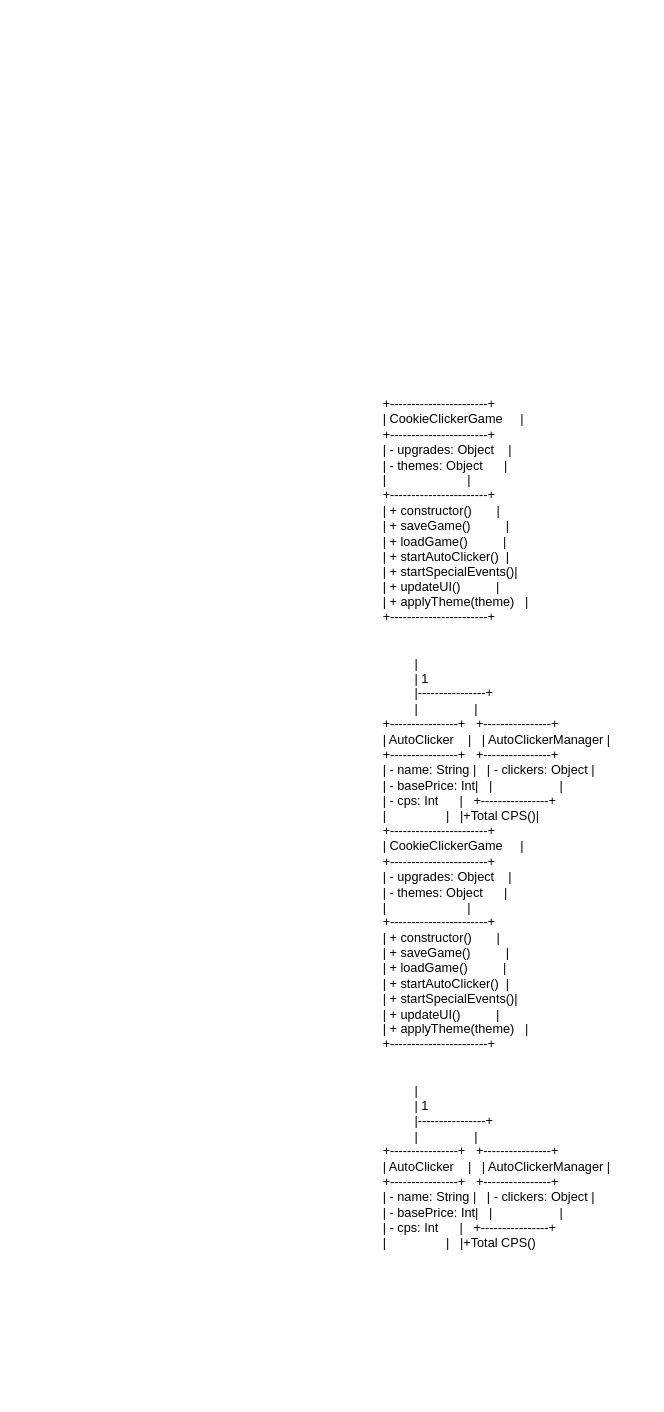
Earlier version of the draw.io diagram documentatie/class diagram.drawio (NathanCj265/Cookie-2). Source tidied: cells renumbered, new cells numbered last; positions are measured from the earlier drawing's top-left corner, leaving out a move shared by most shapes. Both pictures are drawn from the tidied source at 106%, with x=0, y=0 at pixel (381, 389).
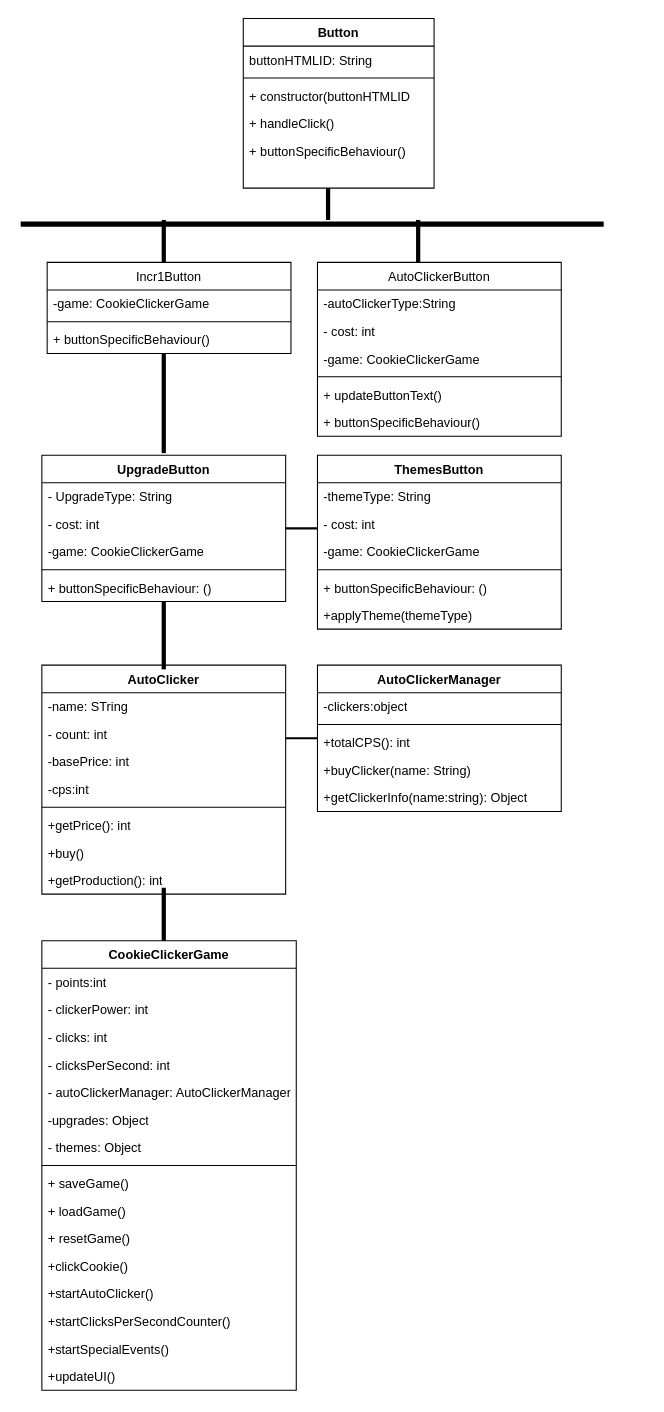
The same diagram, later.

What changed in the source:
```diff
@@
-    <mxCell id="2" value="+-----------------------+&#10;| CookieClickerGame     |&#10;+-----------------------+&#10;| - upgrades: Object    |&#10;| - themes: Object      |&#10;|                       |&#10;+-----------------------+&#10;| + constructor()       |&#10;| + saveGame()          |&#10;| + loadGame()          |&#10;| + startAutoClicker()  |&#10;| + startSpecialEvents()|&#10;| + updateUI()          |&#10;| + applyTheme(theme)   |&#10;+-----------------------+&#10;&#10;&#10;         |&#10;         | 1&#10;         |----------------+&#10;         |                |&#10;+----------------+   +----------------+&#10;| AutoClicker    |   | AutoClickerManager |&#10;+----------------+   +----------------+&#10;| - name: String |   | - clickers: Object |&#10;| - basePrice: Int|   |                   |&#10;| - cps: Int      |   +----------------+&#10;|                 |   |+Total CPS()|&#10;+-----------------------+&#10;| CookieClickerGame     |&#10;+-----------------------+&#10;| - upgrades: Object    |&#10;| - themes: Object      |&#10;|                       |&#10;+-----------------------+&#10;| + constructor()       |&#10;| + saveGame()          |&#10;| + loadGame()          |&#10;| + startAutoClicker()  |&#10;| + startSpecialEvents()|&#10;| + updateUI()          |&#10;| + applyTheme(theme)   |&#10;+-----------------------+&#10;&#10;&#10;         |&#10;         | 1&#10;         |----------------+&#10;         |                |&#10;+----------------+   +----------------+&#10;| AutoClicker    |   | AutoClickerManager |&#10;+----------------+   +----------------+&#10;| - name: String |   | - clickers: Object |&#10;| - basePrice: Int|   |                   |&#10;| - cps: Int      |   +----------------+&#10;|                 |   |+Total CPS()" style="text;whiteSpace=wrap;" parent="1" vertex="1">
-      <mxGeometry width="250" height="830" as="geometry" />
-    </mxCell>
+    <mxCell id="3" value="Button" style="swimlane;fontStyle=1;align=center;verticalAlign=top;horizontal=1;startSize=26;whiteSpace=wrap;html=1;" parent="1" vertex="1">
+      <mxGeometry x="-130" y="-350" width="180" height="160" as="geometry" />
+    </mxCell>
+    <mxCell id="4" value="buttonHTMLID: String" style="text;strokeColor=none;fillColor=none;align=left;verticalAlign=top;spacingLeft=4;spacingRight=4;overflow=hidden;whiteSpace=wrap;html=1;" parent="3" vertex="1">
+      <mxGeometry y="26" width="180" height="26" as="geometry" />
+    </mxCell>
+    <mxCell id="5" style="line;strokeWidth=1;fillColor=none;align=left;verticalAlign=middle;spacingTop=-1;spacingLeft=3;spacingRight=3;labelPosition=right;strokeColor=inherit;" parent="3" vertex="1">
+      <mxGeometry y="52" width="180" height="8" as="geometry" />
+    </mxCell>
+    <mxCell id="6" value="+ constructor(buttonHTMLID" style="text;strokeColor=none;fillColor=none;align=left;verticalAlign=top;spacingLeft=4;spacingRight=4;overflow=hidden;whiteSpace=wrap;html=1;" parent="3" vertex="1">
+      <mxGeometry y="60" width="180" height="26" as="geometry" />
+    </mxCell>
+    <mxCell id="7" value="+ handleClick()" style="text;strokeColor=none;fillColor=none;align=left;verticalAlign=top;spacingLeft=4;spacingRight=4;overflow=hidden;whiteSpace=wrap;html=1;" parent="3" vertex="1">
+      <mxGeometry y="86" width="180" height="26" as="geometry" />
+    </mxCell>
+    <mxCell id="8" value="+ buttonSpecificBehaviour()" style="text;strokeColor=none;fillColor=none;align=left;verticalAlign=top;spacingLeft=4;spacingRight=4;overflow=hidden;whiteSpace=wrap;html=1;" parent="3" vertex="1">
+      <mxGeometry y="112" width="180" height="48" as="geometry" />
+    </mxCell>
+    <mxCell id="9" value="UpgradeButton" style="swimlane;fontStyle=1;align=center;verticalAlign=top;horizontal=1;startSize=26;whiteSpace=wrap;html=1;" parent="1" vertex="1">
+      <mxGeometry x="-320" y="62" width="230" height="138" as="geometry" />
+    </mxCell>
+    <mxCell id="10" value="- UpgradeType: String" style="text;strokeColor=none;fillColor=none;align=left;verticalAlign=top;spacingLeft=4;spacingRight=4;overflow=hidden;whiteSpace=wrap;html=1;" parent="9" vertex="1">
+      <mxGeometry y="26" width="230" height="26" as="geometry" />
+    </mxCell>
+    <mxCell id="11" value="- cost: int" style="text;strokeColor=none;fillColor=none;align=left;verticalAlign=top;spacingLeft=4;spacingRight=4;overflow=hidden;whiteSpace=wrap;html=1;" parent="9" vertex="1">
+      <mxGeometry y="52" width="230" height="26" as="geometry" />
+    </mxCell>
+    <mxCell id="12" value="-game: CookieClickerGame" style="text;strokeColor=none;fillColor=none;align=left;verticalAlign=top;spacingLeft=4;spacingRight=4;overflow=hidden;whiteSpace=wrap;html=1;" parent="9" vertex="1">
+      <mxGeometry y="78" width="230" height="26" as="geometry" />
+    </mxCell>
+    <mxCell id="13" style="line;strokeWidth=1;fillColor=none;align=left;verticalAlign=middle;spacingTop=-1;spacingLeft=3;spacingRight=3;labelPosition=right;strokeColor=inherit;" parent="9" vertex="1">
+      <mxGeometry y="104" width="230" height="8" as="geometry" />
+    </mxCell>
+    <mxCell id="14" value="+ buttonSpecificBehaviour: ()" style="text;strokeColor=none;fillColor=none;align=left;verticalAlign=top;spacingLeft=4;spacingRight=4;overflow=hidden;whiteSpace=wrap;html=1;" parent="9" vertex="1">
+      <mxGeometry y="112" width="230" height="26" as="geometry" />
+    </mxCell>
+    <mxCell id="15" value="ThemesButton" style="swimlane;fontStyle=1;align=center;verticalAlign=top;horizontal=1;startSize=26;whiteSpace=wrap;html=1;" parent="1" vertex="1">
+      <mxGeometry x="-60" y="62" width="230" height="164" as="geometry" />
+    </mxCell>
+    <mxCell id="16" value="-themeType: String" style="text;strokeColor=none;fillColor=none;align=left;verticalAlign=top;spacingLeft=4;spacingRight=4;overflow=hidden;whiteSpace=wrap;html=1;" parent="15" vertex="1">
+      <mxGeometry y="26" width="230" height="26" as="geometry" />
+    </mxCell>
+    <mxCell id="17" value="- cost: int" style="text;strokeColor=none;fillColor=none;align=left;verticalAlign=top;spacingLeft=4;spacingRight=4;overflow=hidden;whiteSpace=wrap;html=1;" parent="15" vertex="1">
+      <mxGeometry y="52" width="230" height="26" as="geometry" />
+    </mxCell>
+    <mxCell id="18" value="-game: CookieClickerGame" style="text;strokeColor=none;fillColor=none;align=left;verticalAlign=top;spacingLeft=4;spacingRight=4;overflow=hidden;whiteSpace=wrap;html=1;" parent="15" vertex="1">
+      <mxGeometry y="78" width="230" height="26" as="geometry" />
+    </mxCell>
+    <mxCell id="19" style="line;strokeWidth=1;fillColor=none;align=left;verticalAlign=middle;spacingTop=-1;spacingLeft=3;spacingRight=3;labelPosition=right;strokeColor=inherit;" parent="15" vertex="1">
+      <mxGeometry y="104" width="230" height="8" as="geometry" />
+    </mxCell>
+    <mxCell id="20" value="+ buttonSpecificBehaviour: ()" style="text;strokeColor=none;fillColor=none;align=left;verticalAlign=top;spacingLeft=4;spacingRight=4;overflow=hidden;whiteSpace=wrap;html=1;" parent="15" vertex="1">
+      <mxGeometry y="112" width="230" height="26" as="geometry" />
+    </mxCell>
+    <mxCell id="21" value="+applyTheme(themeType)" style="text;strokeColor=none;fillColor=none;align=left;verticalAlign=top;spacingLeft=4;spacingRight=4;overflow=hidden;whiteSpace=wrap;html=1;" parent="15" vertex="1">
+      <mxGeometry y="138" width="230" height="26" as="geometry" />
+    </mxCell>
+    <mxCell id="22" value="AutoClicker" style="swimlane;fontStyle=1;align=center;verticalAlign=top;horizontal=1;startSize=26;whiteSpace=wrap;html=1;" parent="1" vertex="1">
+      <mxGeometry x="-320" y="260" width="230" height="216" as="geometry" />
+    </mxCell>
+    <mxCell id="23" value="-name: STring" style="text;strokeColor=none;fillColor=none;align=left;verticalAlign=top;spacingLeft=4;spacingRight=4;overflow=hidden;whiteSpace=wrap;html=1;" parent="22" vertex="1">
+      <mxGeometry y="26" width="230" height="26" as="geometry" />
+    </mxCell>
+    <mxCell id="24" value="- count: int" style="text;strokeColor=none;fillColor=none;align=left;verticalAlign=top;spacingLeft=4;spacingRight=4;overflow=hidden;whiteSpace=wrap;html=1;" parent="22" vertex="1">
+      <mxGeometry y="52" width="230" height="26" as="geometry" />
+    </mxCell>
+    <mxCell id="25" value="-basePrice: int" style="text;strokeColor=none;fillColor=none;align=left;verticalAlign=top;spacingLeft=4;spacingRight=4;overflow=hidden;whiteSpace=wrap;html=1;" parent="22" vertex="1">
+      <mxGeometry y="78" width="230" height="26" as="geometry" />
+    </mxCell>
+    <mxCell id="26" value="-cps:int" style="text;strokeColor=none;fillColor=none;align=left;verticalAlign=top;spacingLeft=4;spacingRight=4;overflow=hidden;whiteSpace=wrap;html=1;" parent="22" vertex="1">
+      <mxGeometry y="104" width="230" height="26" as="geometry" />
+    </mxCell>
+    <mxCell id="27" style="line;strokeWidth=1;fillColor=none;align=left;verticalAlign=middle;spacingTop=-1;spacingLeft=3;spacingRight=3;labelPosition=right;strokeColor=inherit;" parent="22" vertex="1">
+      <mxGeometry y="130" width="230" height="8" as="geometry" />
+    </mxCell>
+    <mxCell id="28" value="+getPrice(): int" style="text;strokeColor=none;fillColor=none;align=left;verticalAlign=top;spacingLeft=4;spacingRight=4;overflow=hidden;whiteSpace=wrap;html=1;" parent="22" vertex="1">
+      <mxGeometry y="138" width="230" height="26" as="geometry" />
+    </mxCell>
+    <mxCell id="29" value="+buy()" style="text;strokeColor=none;fillColor=none;align=left;verticalAlign=top;spacingLeft=4;spacingRight=4;overflow=hidden;whiteSpace=wrap;html=1;" parent="22" vertex="1">
+      <mxGeometry y="164" width="230" height="26" as="geometry" />
+    </mxCell>
+    <mxCell id="30" value="+getProduction(): int" style="text;strokeColor=none;fillColor=none;align=left;verticalAlign=top;spacingLeft=4;spacingRight=4;overflow=hidden;whiteSpace=wrap;html=1;" parent="22" vertex="1">
+      <mxGeometry y="190" width="230" height="26" as="geometry" />
+    </mxCell>
+    <mxCell id="31" value="AutoClickerManager" style="swimlane;fontStyle=1;align=center;verticalAlign=top;horizontal=1;startSize=26;whiteSpace=wrap;html=1;" parent="1" vertex="1">
+      <mxGeometry x="-60" y="260" width="230" height="138" as="geometry" />
+    </mxCell>
+    <mxCell id="32" value="-clickers:object" style="text;strokeColor=none;fillColor=none;align=left;verticalAlign=top;spacingLeft=4;spacingRight=4;overflow=hidden;whiteSpace=wrap;html=1;" parent="31" vertex="1">
+      <mxGeometry y="26" width="230" height="26" as="geometry" />
+    </mxCell>
+    <mxCell id="33" style="line;strokeWidth=1;fillColor=none;align=left;verticalAlign=middle;spacingTop=-1;spacingLeft=3;spacingRight=3;labelPosition=right;strokeColor=inherit;" parent="31" vertex="1">
+      <mxGeometry y="52" width="230" height="8" as="geometry" />
+    </mxCell>
+    <mxCell id="34" value="+totalCPS(): int" style="text;strokeColor=none;fillColor=none;align=left;verticalAlign=top;spacingLeft=4;spacingRight=4;overflow=hidden;whiteSpace=wrap;html=1;" parent="31" vertex="1">
+      <mxGeometry y="60" width="230" height="26" as="geometry" />
+    </mxCell>
+    <mxCell id="35" value="+buyClicker(name: String)" style="text;strokeColor=none;fillColor=none;align=left;verticalAlign=top;spacingLeft=4;spacingRight=4;overflow=hidden;whiteSpace=wrap;html=1;" parent="31" vertex="1">
+      <mxGeometry y="86" width="230" height="26" as="geometry" />
+    </mxCell>
+    <mxCell id="36" value="+getClickerInfo(name:string): Object" style="text;strokeColor=none;fillColor=none;align=left;verticalAlign=top;spacingLeft=4;spacingRight=4;overflow=hidden;whiteSpace=wrap;html=1;" parent="31" vertex="1">
+      <mxGeometry y="112" width="230" height="26" as="geometry" />
+    </mxCell>
+    <mxCell id="37" value="CookieClickerGame" style="swimlane;fontStyle=1;align=center;verticalAlign=top;horizontal=1;startSize=26;whiteSpace=wrap;html=1;" parent="1" vertex="1">
+      <mxGeometry x="-320" y="520" width="240" height="424" as="geometry" />
+    </mxCell>
+    <mxCell id="38" value="- points:int" style="text;strokeColor=none;fillColor=none;align=left;verticalAlign=top;spacingLeft=4;spacingRight=4;overflow=hidden;whiteSpace=wrap;html=1;" parent="37" vertex="1">
+      <mxGeometry y="26" width="240" height="26" as="geometry" />
+    </mxCell>
+    <mxCell id="39" value="- clickerPower: int" style="text;strokeColor=none;fillColor=none;align=left;verticalAlign=top;spacingLeft=4;spacingRight=4;overflow=hidden;whiteSpace=wrap;html=1;" parent="37" vertex="1">
+      <mxGeometry y="52" width="240" height="26" as="geometry" />
+    </mxCell>
+    <mxCell id="40" value="- clicks: int" style="text;strokeColor=none;fillColor=none;align=left;verticalAlign=top;spacingLeft=4;spacingRight=4;overflow=hidden;whiteSpace=wrap;html=1;" parent="37" vertex="1">
+      <mxGeometry y="78" width="240" height="26" as="geometry" />
+    </mxCell>
+    <mxCell id="41" value="- clicksPerSecond: int" style="text;strokeColor=none;fillColor=none;align=left;verticalAlign=top;spacingLeft=4;spacingRight=4;overflow=hidden;whiteSpace=wrap;html=1;" parent="37" vertex="1">
+      <mxGeometry y="104" width="240" height="26" as="geometry" />
+    </mxCell>
+    <mxCell id="42" value="- autoClickerManager: AutoClickerManager" style="text;strokeColor=none;fillColor=none;align=left;verticalAlign=top;spacingLeft=4;spacingRight=4;overflow=hidden;whiteSpace=wrap;html=1;" parent="37" vertex="1">
+      <mxGeometry y="130" width="240" height="26" as="geometry" />
+    </mxCell>
+    <mxCell id="43" value="-upgrades: Object" style="text;strokeColor=none;fillColor=none;align=left;verticalAlign=top;spacingLeft=4;spacingRight=4;overflow=hidden;whiteSpace=wrap;html=1;" parent="37" vertex="1">
+      <mxGeometry y="156" width="240" height="26" as="geometry" />
+    </mxCell>
+    <mxCell id="44" value="- themes: Object" style="text;strokeColor=none;fillColor=none;align=left;verticalAlign=top;spacingLeft=4;spacingRight=4;overflow=hidden;whiteSpace=wrap;html=1;" parent="37" vertex="1">
+      <mxGeometry y="182" width="240" height="26" as="geometry" />
+    </mxCell>
+    <mxCell id="45" style="line;strokeWidth=1;fillColor=none;align=left;verticalAlign=middle;spacingTop=-1;spacingLeft=3;spacingRight=3;labelPosition=right;strokeColor=inherit;" parent="37" vertex="1">
+      <mxGeometry y="208" width="240" height="8" as="geometry" />
+    </mxCell>
+    <mxCell id="46" value="+ saveGame()" style="text;strokeColor=none;fillColor=none;align=left;verticalAlign=top;spacingLeft=4;spacingRight=4;overflow=hidden;whiteSpace=wrap;html=1;" parent="37" vertex="1">
+      <mxGeometry y="216" width="240" height="26" as="geometry" />
+    </mxCell>
+    <mxCell id="47" value="+ loadGame()" style="text;strokeColor=none;fillColor=none;align=left;verticalAlign=top;spacingLeft=4;spacingRight=4;overflow=hidden;whiteSpace=wrap;html=1;" parent="37" vertex="1">
+      <mxGeometry y="242" width="240" height="26" as="geometry" />
+    </mxCell>
+    <mxCell id="48" value="+ resetGame()" style="text;strokeColor=none;fillColor=none;align=left;verticalAlign=top;spacingLeft=4;spacingRight=4;overflow=hidden;whiteSpace=wrap;html=1;" parent="37" vertex="1">
+      <mxGeometry y="268" width="240" height="26" as="geometry" />
+    </mxCell>
+    <mxCell id="49" value="+clickCookie()" style="text;strokeColor=none;fillColor=none;align=left;verticalAlign=top;spacingLeft=4;spacingRight=4;overflow=hidden;whiteSpace=wrap;html=1;" parent="37" vertex="1">
+      <mxGeometry y="294" width="240" height="26" as="geometry" />
+    </mxCell>
+    <mxCell id="50" value="+startAutoClicker()" style="text;strokeColor=none;fillColor=none;align=left;verticalAlign=top;spacingLeft=4;spacingRight=4;overflow=hidden;whiteSpace=wrap;html=1;" parent="37" vertex="1">
+      <mxGeometry y="320" width="240" height="26" as="geometry" />
+    </mxCell>
+    <mxCell id="51" value="+startClicksPerSecondCounter()" style="text;strokeColor=none;fillColor=none;align=left;verticalAlign=top;spacingLeft=4;spacingRight=4;overflow=hidden;whiteSpace=wrap;html=1;" parent="37" vertex="1">
+      <mxGeometry y="346" width="240" height="26" as="geometry" />
+    </mxCell>
+    <mxCell id="52" value="+startSpecialEvents()" style="text;strokeColor=none;fillColor=none;align=left;verticalAlign=top;spacingLeft=4;spacingRight=4;overflow=hidden;whiteSpace=wrap;html=1;" parent="37" vertex="1">
+      <mxGeometry y="372" width="240" height="26" as="geometry" />
+    </mxCell>
+    <mxCell id="53" value="+updateUI()" style="text;strokeColor=none;fillColor=none;align=left;verticalAlign=top;spacingLeft=4;spacingRight=4;overflow=hidden;whiteSpace=wrap;html=1;" parent="37" vertex="1">
+      <mxGeometry y="398" width="240" height="26" as="geometry" />
+    </mxCell>
+    <mxCell id="54" value="&lt;span style=&quot;font-weight: 400;&quot;&gt;AutoClickerButton&lt;/span&gt;" style="swimlane;fontStyle=1;align=center;verticalAlign=top;horizontal=1;startSize=26;whiteSpace=wrap;html=1;" parent="1" vertex="1">
+      <mxGeometry x="-60" y="-120" width="230" height="164" as="geometry" />
+    </mxCell>
+    <mxCell id="55" value="-autoClickerType:String" style="text;strokeColor=none;fillColor=none;align=left;verticalAlign=top;spacingLeft=4;spacingRight=4;overflow=hidden;whiteSpace=wrap;html=1;" parent="54" vertex="1">
+      <mxGeometry y="26" width="230" height="26" as="geometry" />
+    </mxCell>
+    <mxCell id="56" value="- cost: int" style="text;strokeColor=none;fillColor=none;align=left;verticalAlign=top;spacingLeft=4;spacingRight=4;overflow=hidden;whiteSpace=wrap;html=1;" parent="54" vertex="1">
+      <mxGeometry y="52" width="230" height="26" as="geometry" />
+    </mxCell>
+    <mxCell id="57" value="-game: CookieClickerGame" style="text;strokeColor=none;fillColor=none;align=left;verticalAlign=top;spacingLeft=4;spacingRight=4;overflow=hidden;whiteSpace=wrap;html=1;" parent="54" vertex="1">
+      <mxGeometry y="78" width="230" height="26" as="geometry" />
+    </mxCell>
+    <mxCell id="58" style="line;strokeWidth=1;fillColor=none;align=left;verticalAlign=middle;spacingTop=-1;spacingLeft=3;spacingRight=3;labelPosition=right;strokeColor=inherit;" parent="54" vertex="1">
+      <mxGeometry y="104" width="230" height="8" as="geometry" />
+    </mxCell>
+    <mxCell id="59" value="+ updateButtonText()" style="text;strokeColor=none;fillColor=none;align=left;verticalAlign=top;spacingLeft=4;spacingRight=4;overflow=hidden;whiteSpace=wrap;html=1;" parent="54" vertex="1">
+      <mxGeometry y="112" width="230" height="26" as="geometry" />
+    </mxCell>
+    <mxCell id="60" value="+ buttonSpecificBehaviour()" style="text;strokeColor=none;fillColor=none;align=left;verticalAlign=top;spacingLeft=4;spacingRight=4;overflow=hidden;whiteSpace=wrap;html=1;" parent="54" vertex="1">
+      <mxGeometry y="138" width="230" height="26" as="geometry" />
+    </mxCell>
+    <mxCell id="61" value="&lt;span style=&quot;font-weight: 400;&quot;&gt;Incr1Button&lt;/span&gt;" style="swimlane;fontStyle=1;align=center;verticalAlign=top;horizontal=1;startSize=26;whiteSpace=wrap;html=1;" parent="1" vertex="1">
+      <mxGeometry x="-315" y="-120" width="230" height="86" as="geometry" />
+    </mxCell>
+    <mxCell id="62" value="-game: CookieClickerGame" style="text;strokeColor=none;fillColor=none;align=left;verticalAlign=top;spacingLeft=4;spacingRight=4;overflow=hidden;whiteSpace=wrap;html=1;" parent="61" vertex="1">
+      <mxGeometry y="26" width="230" height="26" as="geometry" />
+    </mxCell>
+    <mxCell id="63" style="line;strokeWidth=1;fillColor=none;align=left;verticalAlign=middle;spacingTop=-1;spacingLeft=3;spacingRight=3;labelPosition=right;strokeColor=inherit;" parent="61" vertex="1">
+      <mxGeometry y="52" width="230" height="8" as="geometry" />
+    </mxCell>
+    <mxCell id="64" value="+ buttonSpecificBehaviour()" style="text;strokeColor=none;fillColor=none;align=left;verticalAlign=top;spacingLeft=4;spacingRight=4;overflow=hidden;whiteSpace=wrap;html=1;" parent="61" vertex="1">
+      <mxGeometry y="60" width="230" height="26" as="geometry" />
+    </mxCell>
+    <mxCell id="65" style="line;strokeWidth=5;fillColor=none;align=left;verticalAlign=middle;spacingTop=-1;spacingLeft=3;spacingRight=3;labelPosition=right;strokeColor=inherit;" parent="1" vertex="1">
+      <mxGeometry x="-340" y="-160" width="550" height="8" as="geometry" />
+    </mxCell>
+    <mxCell id="66" style="line;strokeWidth=4;direction=south;html=1;perimeter=backbonePerimeter;" parent="1" vertex="1">
+      <mxGeometry x="-140" y="-190" width="180" height="30" as="geometry" />
+    </mxCell>
+    <mxCell id="67" style="line;strokeWidth=4;direction=south;html=1;perimeter=backbonePerimeter;" parent="1" vertex="1">
+      <mxGeometry x="30" y="-160" width="10" height="40" as="geometry" />
+    </mxCell>
+    <mxCell id="68" style="line;strokeWidth=4;direction=south;html=1;perimeter=backbonePerimeter;" parent="1" vertex="1">
+      <mxGeometry x="-210" y="-160" width="10" height="40" as="geometry" />
+    </mxCell>
+    <mxCell id="69" style="line;strokeWidth=4;direction=south;html=1;perimeter=backbonePerimeter;" parent="1" vertex="1">
+      <mxGeometry x="-210" y="-34" width="10" height="94" as="geometry" />
+    </mxCell>
+    <mxCell id="70" style="line;strokeWidth=4;direction=south;html=1;perimeter=backbonePerimeter;" parent="1" vertex="1">
+      <mxGeometry x="-210" y="200" width="10" height="64" as="geometry" />
+    </mxCell>
+    <mxCell id="71" style="line;strokeWidth=4;direction=south;html=1;perimeter=backbonePerimeter;" parent="1" vertex="1">
+      <mxGeometry x="-260" y="470" width="110" height="50" as="geometry" />
+    </mxCell>
+    <mxCell id="72" style="line;strokeWidth=2;html=1;" parent="1" vertex="1">
+      <mxGeometry x="-90" y="126" width="30" height="10" as="geometry" />
+    </mxCell>
+    <mxCell id="73" style="line;strokeWidth=2;html=1;" parent="1" vertex="1">
+      <mxGeometry x="-90" y="314" width="30" height="30" as="geometry" />
+    </mxCell>
```
